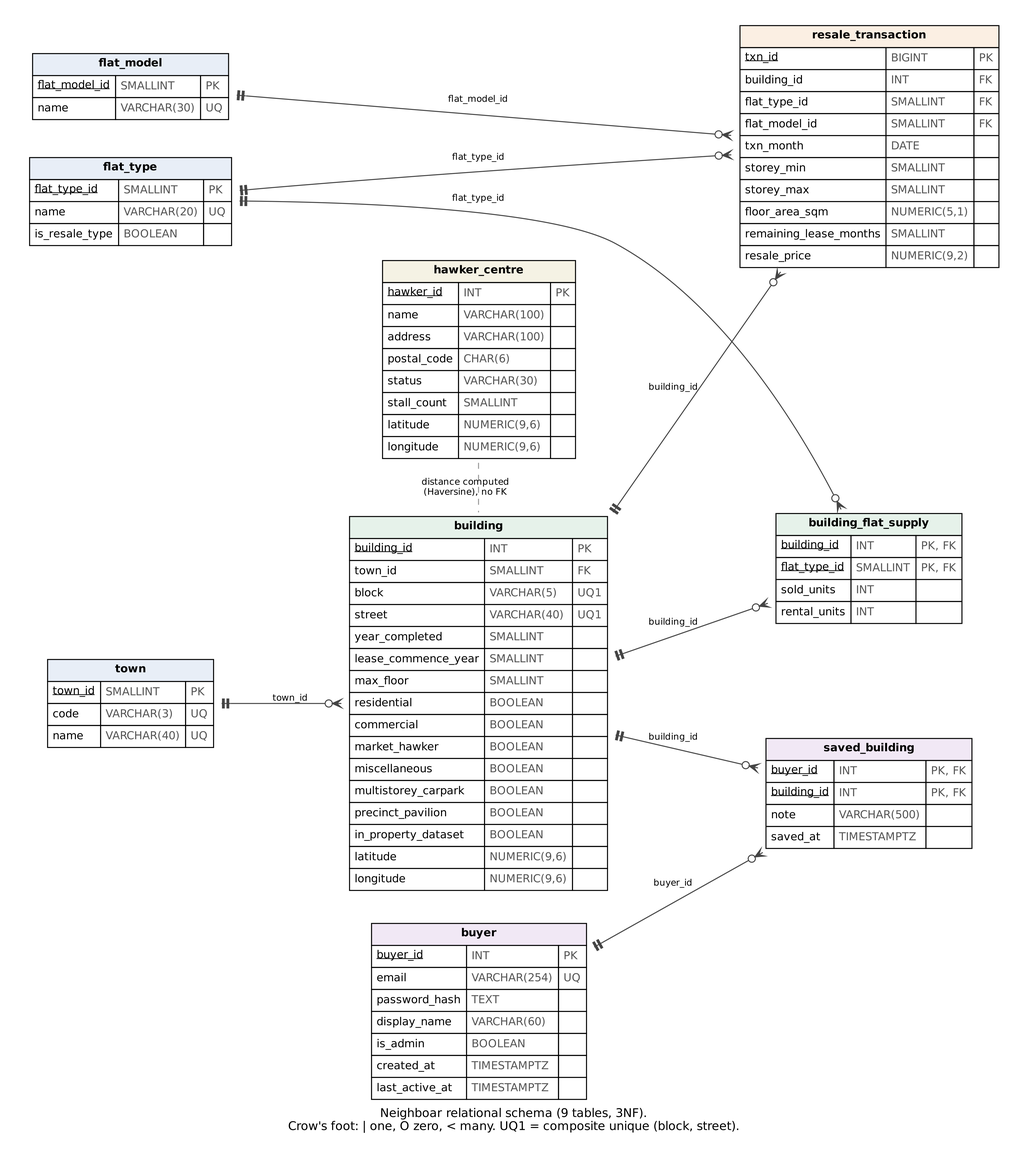
Earlier version of the Graphviz export docs/diagrams/erd.png (C-O-L0/Neighboarhood). Its source is kept beside it as docs/diagrams/erd.dot.
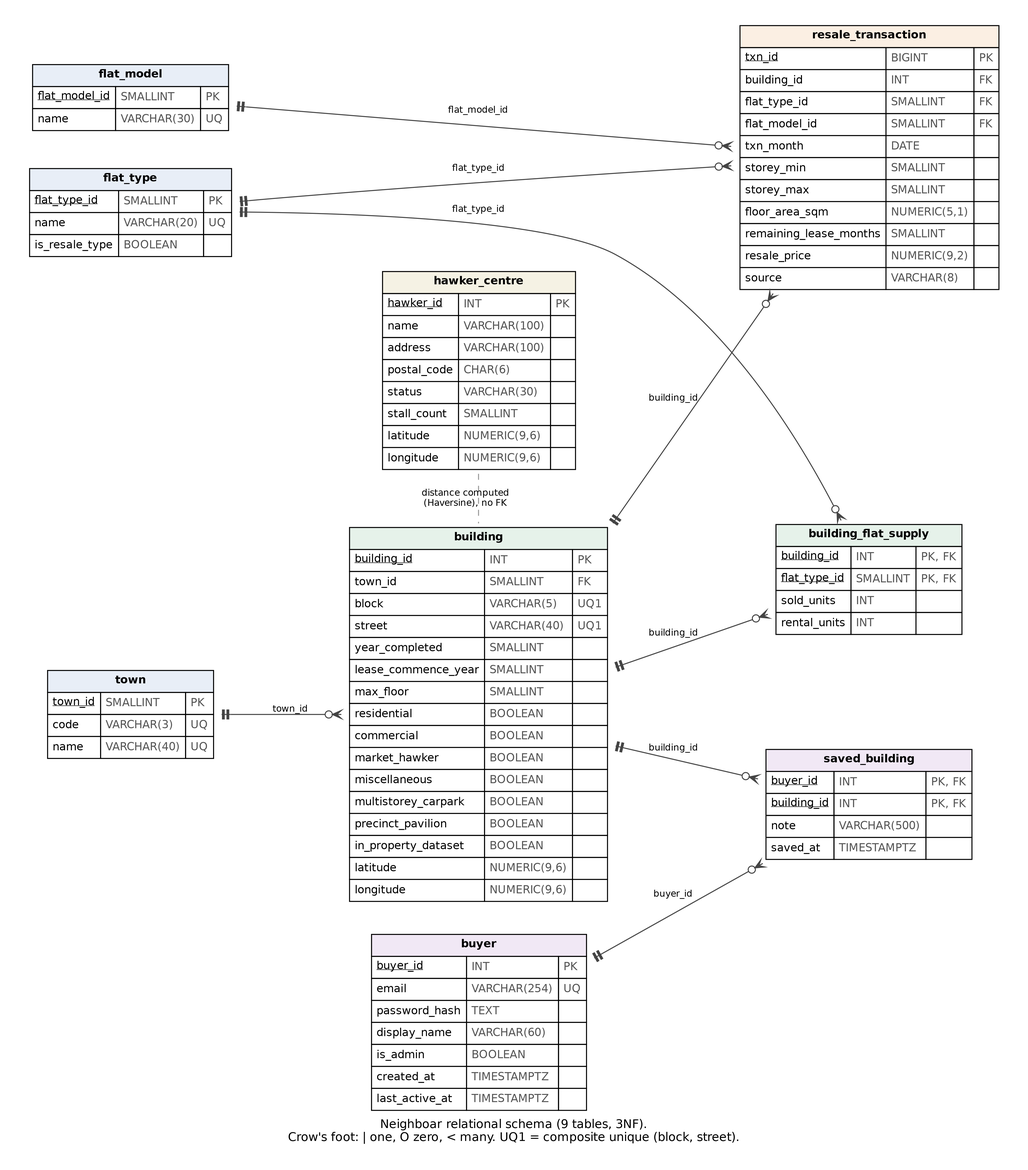
The same diagram one commit later.

Change to the diagram source:
```diff
@@ -68,6 +68,7 @@
       <TR><TD PORT="floor_area_sqm" ALIGN="LEFT">floor_area_sqm</TD><TD ALIGN="LEFT"><FONT COLOR="#555555">NUMERIC(5,1)</FONT></TD><TD ALIGN="LEFT"> </TD></TR>
       <TR><TD PORT="remaining_lease_months" ALIGN="LEFT">remaining_lease_months</TD><TD ALIGN="LEFT"><FONT COLOR="#555555">SMALLINT</FONT></TD><TD ALIGN="LEFT"> </TD></TR>
       <TR><TD PORT="resale_price" ALIGN="LEFT">resale_price</TD><TD ALIGN="LEFT"><FONT COLOR="#555555">NUMERIC(9,2)</FONT></TD><TD ALIGN="LEFT"> </TD></TR>
+      <TR><TD PORT="source" ALIGN="LEFT">source</TD><TD ALIGN="LEFT"><FONT COLOR="#555555">VARCHAR(8)</FONT></TD><TD ALIGN="LEFT"> </TD></TR>
     </TABLE>>];
   buyer [label=<
     <TABLE BORDER="0" CELLBORDER="1" CELLSPACING="0" CELLPADDING="4">
```
